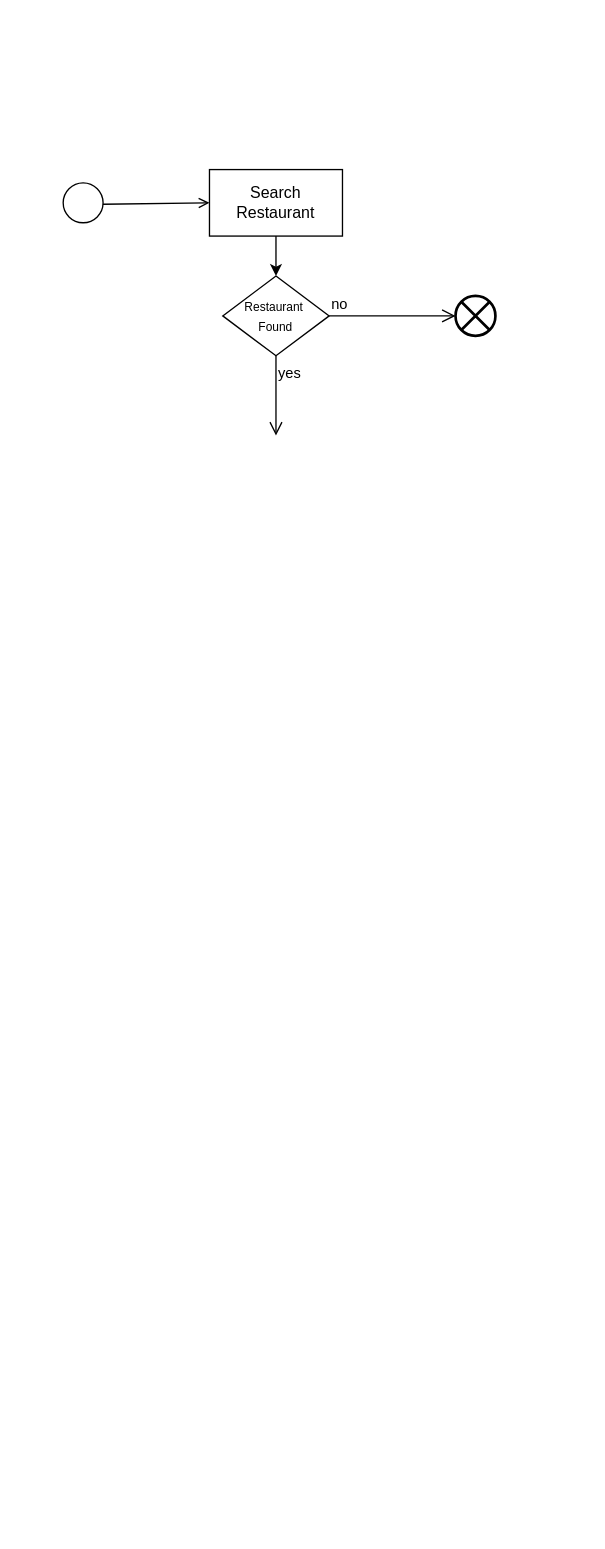
soumya098/restaurant_finder keeps this draw.io diagram as activityDiag.drawio. Above is the earlier version. Source tidied: cells renumbered, new cells numbered last; positions are measured from the earlier drawing's top-left corner, leaving out a move shared by most shapes. Both pictures are drawn from the tidied source at 133%, with x=0, y=0 at pixel (63, 169).
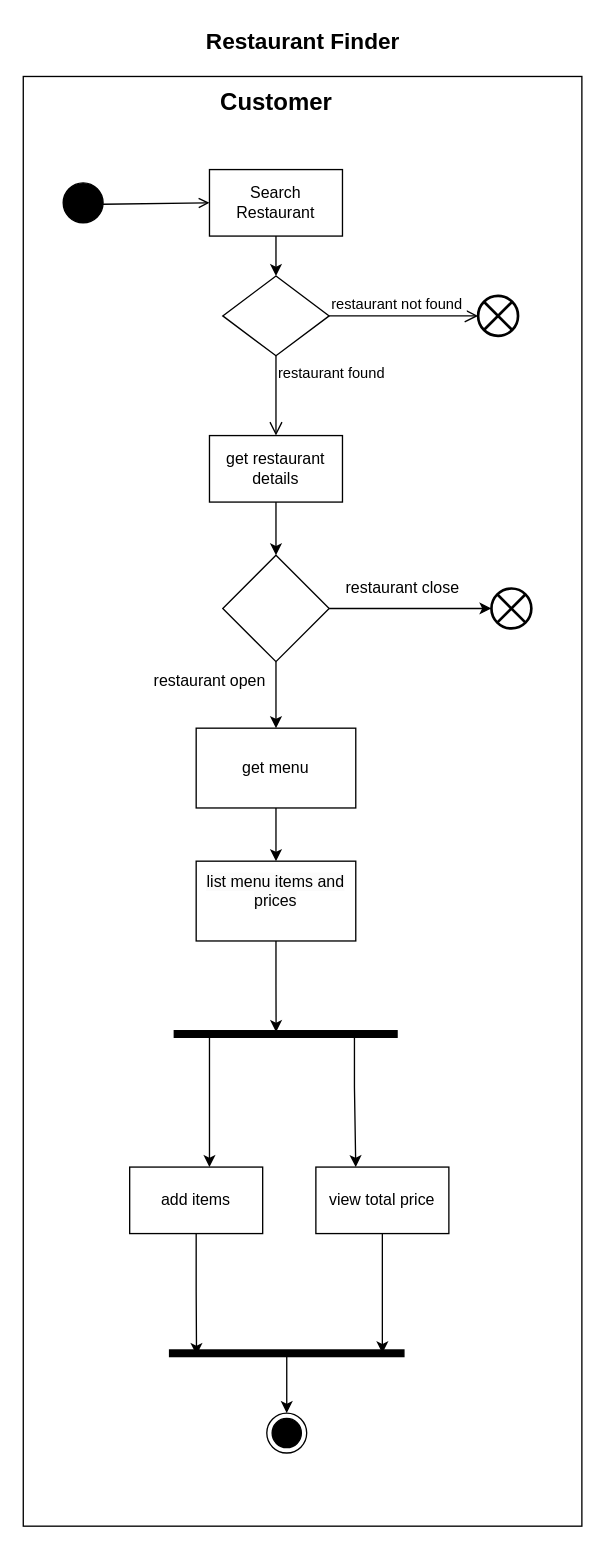
The same diagram, later.

What changed in the source:
```diff
@@
+    <mxCell id="10" style="html=1;dashed=0;whiteSpace=wrap;fillColor=none;" parent="1" vertex="1">
+      <mxGeometry x="-30" y="-70" width="420" height="1090" as="geometry" />
+    </mxCell>
-    <mxCell id="2" value="&lt;font style=&quot;font-size: 9px;&quot;&gt;Restaurant&amp;nbsp;&lt;/font&gt;&lt;div&gt;&lt;font style=&quot;font-size: 9px;&quot;&gt;Found&lt;/font&gt;&lt;/div&gt;" style="rhombus;whiteSpace=wrap;html=1;" parent="1" vertex="1">
+    <mxCell id="2" style="rhombus;whiteSpace=wrap;html=1;" parent="1" vertex="1">
       <mxGeometry x="120" y="80" width="80" height="60" as="geometry" />
     </mxCell>
-    <mxCell id="3" value="no" style="edgeStyle=orthogonalEdgeStyle;html=1;align=left;verticalAlign=bottom;endArrow=open;endSize=8;strokeColor=#000000;rounded=0;" parent="1" edge="1" source="2" target="9">
+    <mxCell id="3" value="restaurant not found&amp;nbsp;" style="edgeStyle=orthogonalEdgeStyle;html=1;align=left;verticalAlign=bottom;endArrow=open;endSize=8;strokeColor=#000000;rounded=0;" parent="1" edge="1" source="2" target="9">
       <mxGeometry x="-1" relative="1" as="geometry" />
     </mxCell>
-    <mxCell id="4" value="yes" style="edgeStyle=orthogonalEdgeStyle;html=1;align=left;verticalAlign=top;endArrow=open;endSize=8;strokeColor=#000000;rounded=0;" parent="1" edge="1" source="2">
+    <mxCell id="4" value="restaurant found&amp;nbsp;" style="edgeStyle=orthogonalEdgeStyle;html=1;align=left;verticalAlign=top;endArrow=open;endSize=8;strokeColor=#000000;rounded=0;" parent="1" edge="1" source="2">
       <mxGeometry x="-1" relative="1" as="geometry">
         <mxPoint x="160" y="200" as="targetPoint" />
       </mxGeometry>
     </mxCell>
@@
-    <mxCell id="7" style="ellipse;html=1;" parent="1" vertex="1">
+    <mxCell id="7" style="ellipse;html=1;fillColor=#000000;" parent="1" vertex="1">
       <mxGeometry y="10" width="30" height="30" as="geometry" />
     </mxCell>
@@
     <mxCell id="9" style="html=1;shape=mxgraph.sysml.flowFinal;strokeWidth=2;verticalLabelPosition=bottom;verticalAlignment=top;" parent="1" vertex="1">
-      <mxGeometry x="295" y="95" width="30" height="30" as="geometry" />
+      <mxGeometry x="312" y="95" width="30" height="30" as="geometry" />
     </mxCell>
+    <mxCell id="11" style="edgeStyle=orthogonalEdgeStyle;rounded=0;jettySize=auto;html=1;" parent="1" edge="1" source="12" target="14">
+      <mxGeometry relative="1" as="geometry" />
+    </mxCell>
+    <mxCell id="12" value="get restaurant details" style="html=1;dashed=0;whiteSpace=wrap;" parent="1" vertex="1">
+      <mxGeometry x="110" y="200" width="100" height="50" as="geometry" />
+    </mxCell>
+    <mxCell id="13" style="edgeStyle=orthogonalEdgeStyle;rounded=0;jettySize=auto;html=1;" parent="1" edge="1" source="14" target="19">
+      <mxGeometry relative="1" as="geometry" />
+    </mxCell>
+    <mxCell id="14" style="rhombus;whiteSpace=wrap;html=1;dashed=0;" parent="1" vertex="1">
+      <mxGeometry x="120" y="290" width="80" height="80" as="geometry" />
+    </mxCell>
+    <mxCell id="15" style="html=1;shape=mxgraph.sysml.flowFinal;strokeWidth=2;verticalLabelPosition=bottom;verticalAlignment=top;" parent="1" vertex="1">
+      <mxGeometry x="322" y="315" width="30" height="30" as="geometry" />
+    </mxCell>
+    <mxCell id="16" style="edgeStyle=orthogonalEdgeStyle;rounded=0;jettySize=auto;html=1;entryX=0;entryY=0.5;entryDx=0;entryDy=0;entryPerimeter=0;" parent="1" edge="1" source="14" target="15">
+      <mxGeometry relative="1" as="geometry" />
+    </mxCell>
+    <mxCell id="17" value="restaurant close" style="text;html=1;align=center;verticalAlign=middle;strokeColor=none;fillColor=none;" parent="1" vertex="1">
+      <mxGeometry x="200" y="300" width="110" height="30" as="geometry" />
+    </mxCell>
+    <mxCell id="18" style="edgeStyle=orthogonalEdgeStyle;rounded=0;jettySize=auto;html=1;" parent="1" edge="1" source="19" target="22">
+      <mxGeometry relative="1" as="geometry" />
+    </mxCell>
+    <mxCell id="19" value="get menu" style="whiteSpace=wrap;html=1;dashed=0;" parent="1" vertex="1">
+      <mxGeometry x="100" y="420" width="120" height="60" as="geometry" />
+    </mxCell>
+    <mxCell id="20" value="restaurant open" style="text;html=1;align=center;verticalAlign=middle;strokeColor=none;fillColor=none;" parent="1" vertex="1">
+      <mxGeometry x="55" y="370" width="110" height="30" as="geometry" />
+    </mxCell>
+    <mxCell id="21" style="edgeStyle=orthogonalEdgeStyle;rounded=0;jettySize=auto;html=1;entryX=0.215;entryY=0.543;entryDx=0;entryDy=0;entryPerimeter=0;" parent="1" edge="1" source="22" target="24">
+      <mxGeometry relative="1" as="geometry" />
+    </mxCell>
+    <mxCell id="22" value="&#10;&lt;span style=&quot;color: rgb(0, 0, 0); font-family: Helvetica; font-size: 12px; font-style: normal; font-variant-ligatures: normal; font-variant-caps: normal; font-weight: 400; letter-spacing: normal; orphans: 2; text-align: center; text-indent: 0px; text-transform: none; widows: 2; word-spacing: 0px; -webkit-text-stroke-width: 0px; white-space: normal; background-color: rgb(251, 251, 251); text-decoration-thickness: initial; text-decoration-style: initial; text-decoration-color: initial; display: inline !important; float: none;&quot;&gt;list menu items and prices&lt;/span&gt;&#10;&#10;" style="whiteSpace=wrap;html=1;dashed=0;" parent="1" vertex="1">
+      <mxGeometry x="100" y="520" width="120" height="60" as="geometry" />
+    </mxCell>
+    <mxCell id="23" style="edgeStyle=orthogonalEdgeStyle;rounded=0;jettySize=auto;html=1;" parent="1" edge="1" source="24">
+      <mxGeometry relative="1" as="geometry">
+        <mxPoint x="110" y="750" as="targetPoint" />
+        <Array as="points">
+          <mxPoint x="110" y="710" />
+          <mxPoint x="130" y="710" />
+        </Array>
+      </mxGeometry>
+    </mxCell>
+    <mxCell id="24" style="html=1;points=[];perimeter=orthogonalPerimeter;fillColor=strokeColor;rotation=90;" parent="1" vertex="1">
+      <mxGeometry x="164.8" y="566.2" width="5" height="167.5" as="geometry" />
+    </mxCell>
+    <mxCell id="25" style="edgeStyle=orthogonalEdgeStyle;rounded=0;orthogonalLoop=1;jettySize=auto;html=1;" parent="1" edge="1">
+      <mxGeometry relative="1" as="geometry">
+        <mxPoint x="219" y="653" as="sourcePoint" />
+        <mxPoint x="220" y="750" as="targetPoint" />
+        <Array as="points">
+          <mxPoint x="219" y="690" />
+          <mxPoint x="219" y="690" />
+        </Array>
+      </mxGeometry>
+    </mxCell>
+    <mxCell id="26" value="add items" style="html=1;dashed=0;whiteSpace=wrap;" parent="1" vertex="1">
+      <mxGeometry x="50" y="750" width="100" height="50" as="geometry" />
+    </mxCell>
+    <mxCell id="27" value="view total price" style="html=1;dashed=0;whiteSpace=wrap;" parent="1" vertex="1">
+      <mxGeometry x="190" y="750" width="100" height="50" as="geometry" />
+    </mxCell>
+    <mxCell id="28" style="edgeStyle=orthogonalEdgeStyle;rounded=0;jettySize=auto;html=1;" parent="1" edge="1" source="29" target="32">
+      <mxGeometry relative="1" as="geometry" />
+    </mxCell>
+    <mxCell id="29" style="html=1;points=[];perimeter=orthogonalPerimeter;fillColor=strokeColor;rotation=90;" parent="1" vertex="1">
+      <mxGeometry x="165.6" y="801.9" width="5" height="176.2" as="geometry" />
+    </mxCell>
+    <mxCell id="30" style="edgeStyle=orthogonalEdgeStyle;rounded=0;jettySize=auto;html=1;entryX=0.499;entryY=0.092;entryDx=0;entryDy=0;entryPerimeter=0;" parent="1" edge="1" source="27" target="29">
+      <mxGeometry relative="1" as="geometry" />
+    </mxCell>
+    <mxCell id="31" style="edgeStyle=orthogonalEdgeStyle;rounded=0;jettySize=auto;html=1;entryX=0.76;entryY=0.885;entryDx=0;entryDy=0;entryPerimeter=0;" parent="1" edge="1" source="26" target="29">
+      <mxGeometry relative="1" as="geometry" />
+    </mxCell>
+    <mxCell id="32" style="ellipse;html=1;shape=endState;fillStyle=solid;fillColor=#000000;" parent="1" vertex="1">
+      <mxGeometry x="153.1" y="935" width="30" height="30" as="geometry" />
+    </mxCell>
+    <mxCell id="33" value="&lt;b&gt;&lt;font style=&quot;font-size: 18px;&quot;&gt;Customer&lt;/font&gt;&lt;/b&gt;" style="text;html=1;align=center;verticalAlign=middle;strokeColor=none;fillColor=none;" parent="1" vertex="1">
+      <mxGeometry x="105" y="-70" width="110" height="40" as="geometry" />
+    </mxCell>
+    <mxCell id="34" value="&lt;b&gt;&lt;font style=&quot;font-size: 17px;&quot;&gt;Restaurant Finder&lt;/font&gt;&lt;/b&gt;" style="text;html=1;align=center;verticalAlign=middle;strokeColor=none;fillColor=none;" parent="1" vertex="1">
+      <mxGeometry x="95" y="-110" width="170" height="30" as="geometry" />
+    </mxCell>
```
